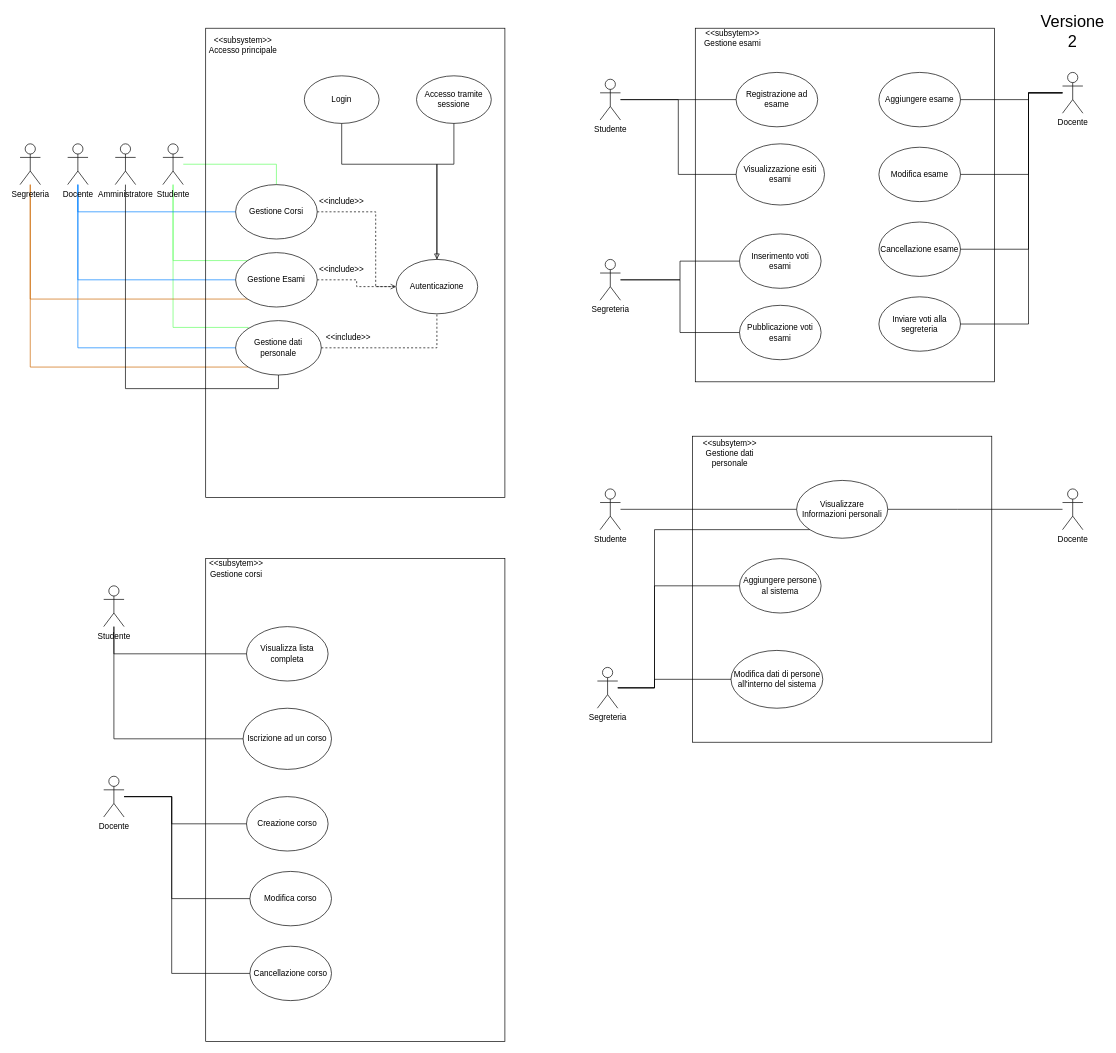
The draw.io diagram Modelli/Casi d'uso/Modello dei casi d'uso (v2).drawio in brullomattia/Documentazione, before the edit. Source tidied: cells renumbered, new cells numbered last; positions are measured from the earlier drawing's top-left corner, leaving out a move shared by most shapes. Both pictures are drawn from the tidied source at 68%, with x=0, y=0 at pixel (20, 21).
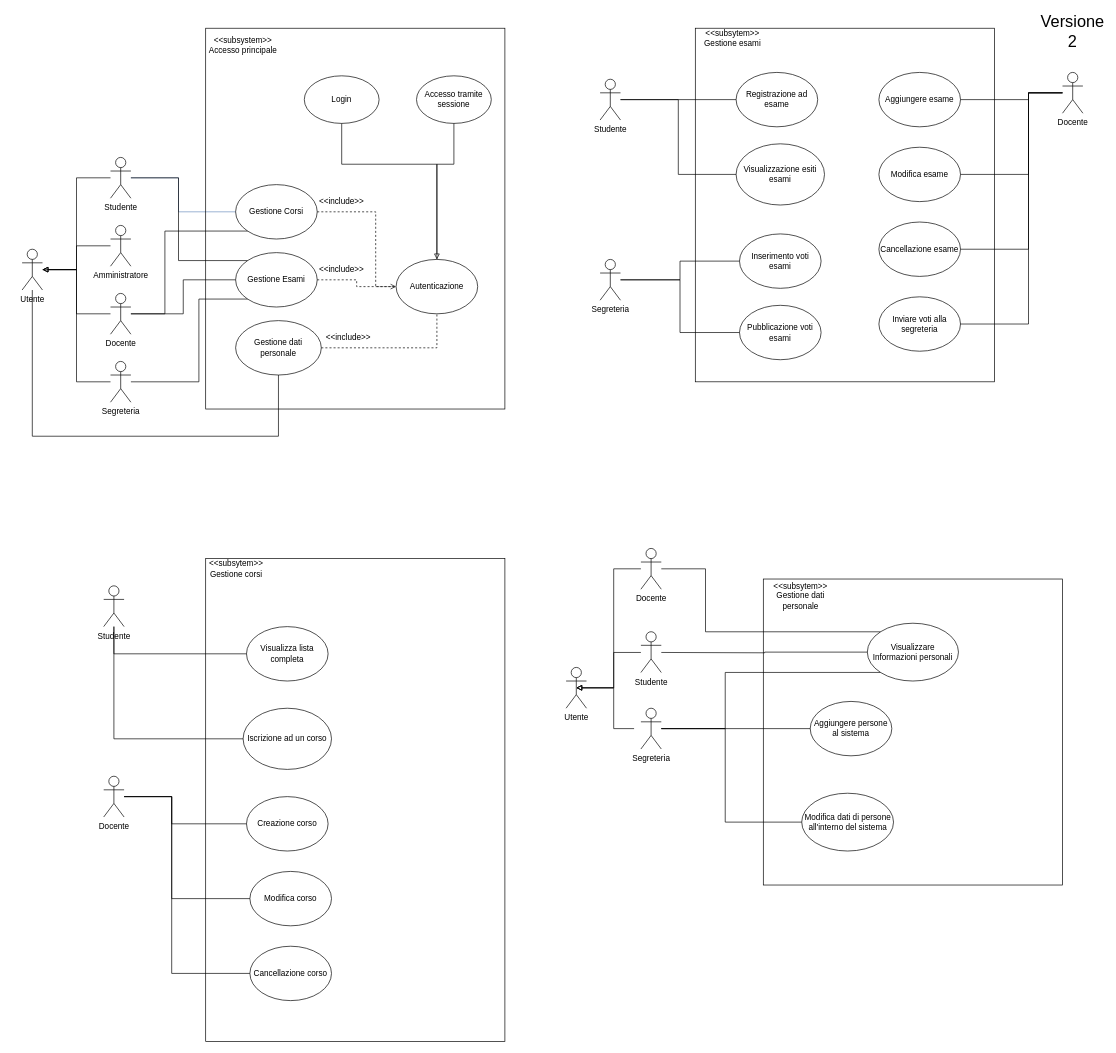
After the change.

Unchanged cells that the change refers to:
```xml
<mxCell id="20" value="Gestione Corsi" style="ellipse;whiteSpace=wrap;html=1;fillColor=none;" parent="1" vertex="1">
  <mxGeometry x="317" y="240" width="120" height="80" as="geometry" />
</mxCell>
<mxCell id="23" value="Gestione dati personale" style="ellipse;whiteSpace=wrap;html=1;fillColor=none;" parent="1" vertex="1">
  <mxGeometry x="317" y="440" width="126" height="80" as="geometry" />
</mxCell>
<mxCell id="26" value="Gestione Esami" style="ellipse;whiteSpace=wrap;html=1;fillColor=none;" parent="1" vertex="1">
  <mxGeometry x="317" y="340" width="120" height="80" as="geometry" />
</mxCell>
```

The edit, as a diff of the source:
```diff
@@
-    <mxCell id="2" style="edgeStyle=orthogonalEdgeStyle;rounded=0;jettySize=auto;html=1;entryX=0.5;entryY=0;entryDx=0;entryDy=0;startArrow=none;startFill=0;endArrow=none;endFill=0;strokeColor=#66FF66;" parent="1" edge="1" source="5" target="20">
+    <mxCell id="2" style="edgeStyle=orthogonalEdgeStyle;rounded=0;jettySize=auto;html=1;entryX=0;entryY=0.5;entryDx=0;entryDy=0;startArrow=none;startFill=0;endArrow=none;endFill=0;fillColor=#dae8fc;strokeColor=#6c8ebf;" parent="1" edge="1" source="5" target="20">
       <mxGeometry relative="1" as="geometry">
         <Array as="points">
-          <mxPoint x="377" y="210" />
+          <mxPoint x="233" y="230" />
+          <mxPoint x="233" y="280" />
         </Array>
       </mxGeometry>
     </mxCell>
-    <mxCell id="3" style="edgeStyle=orthogonalEdgeStyle;rounded=0;jettySize=auto;html=1;entryX=0;entryY=0;entryDx=0;entryDy=0;startArrow=none;startFill=0;endArrow=none;endFill=0;strokeColor=#66FF66;" parent="1" edge="1" source="5" target="23">
-      <mxGeometry relative="1" as="geometry">
-        <Array as="points">
-          <mxPoint x="225" y="450" />
-          <mxPoint x="336" y="450" />
-        </Array>
-      </mxGeometry>
-    </mxCell>
-    <mxCell id="4" style="edgeStyle=orthogonalEdgeStyle;rounded=0;jettySize=auto;html=1;entryX=0;entryY=0;entryDx=0;entryDy=0;startArrow=none;startFill=0;endArrow=none;endFill=0;strokeColor=#66FF66;" parent="1" edge="1" source="5" target="26">
+    <mxCell id="4" style="edgeStyle=orthogonalEdgeStyle;rounded=0;jettySize=auto;html=1;entryX=0;entryY=0;entryDx=0;entryDy=0;startArrow=none;startFill=0;endArrow=none;endFill=0;" parent="1" edge="1" source="5" target="26">
       <mxGeometry relative="1" as="geometry">
         <Array as="points">
-          <mxPoint x="225" y="352" />
+          <mxPoint x="233" y="230" />
+          <mxPoint x="233" y="352" />
         </Array>
       </mxGeometry>
     </mxCell>
     <mxCell id="5" value="Studente" style="shape=umlActor;verticalLabelPosition=bottom;verticalAlign=top;html=1;outlineConnect=0;fillColor=default;" parent="1" vertex="1">
-      <mxGeometry x="210" y="180" width="30" height="60" as="geometry" />
+      <mxGeometry x="133" y="200" width="30" height="60" as="geometry" />
     </mxCell>
+    <mxCell id="80" style="edgeStyle=orthogonalEdgeStyle;rounded=0;jettySize=auto;html=1;startArrow=none;startFill=0;endArrow=block;endFill=0;" parent="1" edge="1" source="9">
+      <mxGeometry relative="1" as="geometry">
+        <mxPoint x="33" y="365" as="targetPoint" />
+        <Array as="points">
+          <mxPoint x="83" y="430" />
+          <mxPoint x="83" y="365" />
+        </Array>
+      </mxGeometry>
+    </mxCell>
-    <mxCell id="6" style="edgeStyle=orthogonalEdgeStyle;rounded=0;jettySize=auto;html=1;entryX=0;entryY=0.5;entryDx=0;entryDy=0;startArrow=none;startFill=0;endArrow=none;endFill=0;strokeColor=#007FFF;" parent="1" edge="1" source="9" target="20">
+    <mxCell id="6" style="edgeStyle=orthogonalEdgeStyle;rounded=0;jettySize=auto;html=1;entryX=0;entryY=1;entryDx=0;entryDy=0;startArrow=none;startFill=0;endArrow=none;endFill=0;" parent="1" edge="1" source="9" target="20">
       <mxGeometry relative="1" as="geometry">
         <Array as="points">
-          <mxPoint x="85" y="280" />
+          <mxPoint x="213" y="430" />
+          <mxPoint x="213" y="308" />
         </Array>
       </mxGeometry>
     </mxCell>
-    <mxCell id="7" style="edgeStyle=orthogonalEdgeStyle;rounded=0;jettySize=auto;html=1;entryX=0;entryY=0.5;entryDx=0;entryDy=0;startArrow=none;startFill=0;endArrow=none;endFill=0;strokeColor=#007FFF;" parent="1" edge="1" source="9" target="26">
-      <mxGeometry relative="1" as="geometry">
-        <Array as="points">
-          <mxPoint x="85" y="380" />
-        </Array>
-      </mxGeometry>
+    <mxCell id="7" style="edgeStyle=orthogonalEdgeStyle;rounded=0;jettySize=auto;html=1;entryX=0;entryY=0.5;entryDx=0;entryDy=0;startArrow=none;startFill=0;endArrow=none;endFill=0;" parent="1" edge="1" source="9" target="26">
+      <mxGeometry relative="1" as="geometry" />
     </mxCell>
-    <mxCell id="8" style="edgeStyle=orthogonalEdgeStyle;rounded=0;jettySize=auto;html=1;entryX=0;entryY=0.5;entryDx=0;entryDy=0;startArrow=none;startFill=0;endArrow=none;endFill=0;strokeColor=#007FFF;" parent="1" edge="1" source="9" target="23">
-      <mxGeometry relative="1" as="geometry">
-        <Array as="points">
-          <mxPoint x="85" y="480" />
-        </Array>
-      </mxGeometry>
-    </mxCell>
     <mxCell id="9" value="Docente" style="shape=umlActor;verticalLabelPosition=bottom;verticalAlign=top;html=1;outlineConnect=0;fillColor=default;" parent="1" vertex="1">
-      <mxGeometry x="70" y="180" width="30" height="60" as="geometry" />
+      <mxGeometry x="133" y="400" width="30" height="60" as="geometry" />
     </mxCell>
-    <mxCell id="10" style="edgeStyle=orthogonalEdgeStyle;rounded=0;jettySize=auto;html=1;entryX=0;entryY=1;entryDx=0;entryDy=0;startArrow=none;startFill=0;endArrow=none;endFill=0;strokeColor=#CC6600;" parent="1" edge="1" source="12" target="23">
-      <mxGeometry relative="1" as="geometry">
-        <Array as="points">
-          <mxPoint x="15" y="508" />
-        </Array>
-      </mxGeometry>
-    </mxCell>
+    <mxCell id="81" style="edgeStyle=orthogonalEdgeStyle;rounded=0;jettySize=auto;html=1;startArrow=none;startFill=0;endArrow=block;endFill=0;" parent="1" edge="1" source="12">
+      <mxGeometry relative="1" as="geometry">
+        <mxPoint x="33" y="365" as="targetPoint" />
+        <Array as="points">
+          <mxPoint x="83" y="530" />
+          <mxPoint x="83" y="365" />
+        </Array>
+      </mxGeometry>
+    </mxCell>
-    <mxCell id="11" style="edgeStyle=orthogonalEdgeStyle;rounded=0;jettySize=auto;html=1;entryX=0;entryY=1;entryDx=0;entryDy=0;startArrow=none;startFill=0;endArrow=none;endFill=0;strokeColor=#CC6600;" parent="1" edge="1" source="12" target="26">
+    <mxCell id="11" style="edgeStyle=orthogonalEdgeStyle;rounded=0;jettySize=auto;html=1;entryX=0;entryY=1;entryDx=0;entryDy=0;startArrow=none;startFill=0;endArrow=none;endFill=0;" parent="1" edge="1" source="12" target="26">
       <mxGeometry relative="1" as="geometry">
         <Array as="points">
-          <mxPoint x="15" y="408" />
+          <mxPoint x="263" y="530" />
+          <mxPoint x="263" y="408" />
         </Array>
       </mxGeometry>
     </mxCell>
     <mxCell id="12" value="Segreteria" style="shape=umlActor;verticalLabelPosition=bottom;verticalAlign=top;html=1;outlineConnect=0;fillColor=default;" parent="1" vertex="1">
-      <mxGeometry y="180" width="30" height="60" as="geometry" />
+      <mxGeometry x="133" y="500" width="30" height="60" as="geometry" />
     </mxCell>
-    <mxCell id="13" style="edgeStyle=orthogonalEdgeStyle;rounded=0;jettySize=auto;html=1;entryX=0.5;entryY=1;entryDx=0;entryDy=0;startArrow=none;startFill=0;endArrow=none;endFill=0;strokeColor=#000000;" parent="1" edge="1" source="14" target="23">
-      <mxGeometry relative="1" as="geometry">
-        <Array as="points">
-          <mxPoint x="155" y="540" />
-          <mxPoint x="380" y="540" />
-        </Array>
-      </mxGeometry>
-    </mxCell>
-    <mxCell id="14" value="Amministratore" style="shape=umlActor;verticalLabelPosition=bottom;verticalAlign=top;html=1;outlineConnect=0;fillColor=default;" parent="1" vertex="1">
-      <mxGeometry x="140" y="180" width="30" height="60" as="geometry" />
-    </mxCell>
     <mxCell id="15" style="rounded=0;whiteSpace=wrap;html=1;fillColor=none;" parent="1" vertex="1">
-      <mxGeometry x="273" y="10" width="440" height="690" as="geometry" />
+      <mxGeometry x="273" y="10" width="440" height="560" as="geometry" />
     </mxCell>
@@
     <mxCell id="66" style="rounded=0;whiteSpace=wrap;html=1;fillColor=none;" parent="1" vertex="1">
-      <mxGeometry x="989" y="610" width="440" height="450" as="geometry" />
+      <mxGeometry x="1093" y="820" width="440" height="450" as="geometry" />
     </mxCell>
     <mxCell id="67" value="&amp;lt;&amp;lt;subsytem&amp;gt;&amp;gt;&lt;br&gt;Gestione dati personale" style="text;html=1;strokeColor=none;fillColor=none;align=center;verticalAlign=middle;whiteSpace=wrap;rounded=0;" parent="1" vertex="1">
-      <mxGeometry x="999" y="610" width="90" height="50" as="geometry" />
+      <mxGeometry x="1103" y="820" width="90" height="50" as="geometry" />
     </mxCell>
     <mxCell id="68" value="Visualizzare Informazioni personali" style="ellipse;whiteSpace=wrap;html=1;fillColor=none;" parent="1" vertex="1">
-      <mxGeometry x="1142" y="675" width="134" height="85" as="geometry" />
+      <mxGeometry x="1246" y="885" width="134" height="85" as="geometry" />
     </mxCell>
     <mxCell id="69" value="Aggiungere persone al sistema" style="ellipse;whiteSpace=wrap;html=1;fillColor=none;" parent="1" vertex="1">
-      <mxGeometry x="1058" y="790" width="120" height="80" as="geometry" />
+      <mxGeometry x="1162" y="1000" width="120" height="80" as="geometry" />
     </mxCell>
     <mxCell id="70" value="Modifica dati di persone all'interno del sistema" style="ellipse;whiteSpace=wrap;html=1;fillColor=none;" parent="1" vertex="1">
-      <mxGeometry x="1045.5" y="925" width="135" height="85" as="geometry" />
+      <mxGeometry x="1149.5" y="1135" width="135" height="85" as="geometry" />
     </mxCell>
-    <mxCell id="71" style="edgeStyle=orthogonalEdgeStyle;rounded=0;jettySize=auto;html=1;entryX=0;entryY=0.5;entryDx=0;entryDy=0;startArrow=none;startFill=0;endArrow=none;endFill=0;strokeColor=#000000;" parent="1" edge="1" source="72" target="68">
-      <mxGeometry relative="1" as="geometry" />
+    <mxCell id="71" style="edgeStyle=orthogonalEdgeStyle;rounded=0;jettySize=auto;html=1;entryX=0;entryY=0.5;entryDx=0;entryDy=0;startArrow=none;startFill=0;endArrow=none;endFill=0;strokeColor=#000000;" parent="1" edge="1" target="68">
+      <mxGeometry relative="1" as="geometry">
+        <mxPoint x="943" y="928" as="sourcePoint" />
+      </mxGeometry>
     </mxCell>
     <mxCell id="72" value="Studente" style="shape=umlActor;verticalLabelPosition=bottom;verticalAlign=top;html=1;outlineConnect=0;fillColor=default;" parent="1" vertex="1">
-      <mxGeometry x="853" y="687.5" width="30" height="60" as="geometry" />
+      <mxGeometry x="913" y="897.5" width="30" height="60" as="geometry" />
     </mxCell>
     <mxCell id="73" style="edgeStyle=orthogonalEdgeStyle;rounded=0;jettySize=auto;html=1;entryX=0;entryY=0.5;entryDx=0;entryDy=0;startArrow=none;startFill=0;endArrow=none;endFill=0;strokeColor=#000000;" parent="1" edge="1" source="76" target="69">
       <mxGeometry relative="1" as="geometry">
         <Array as="points">
-          <mxPoint x="933" y="980" />
-          <mxPoint x="933" y="830" />
+          <mxPoint x="993" y="1040" />
+          <mxPoint x="993" y="1040" />
         </Array>
       </mxGeometry>
     </mxCell>
     <mxCell id="74" style="edgeStyle=orthogonalEdgeStyle;rounded=0;jettySize=auto;html=1;entryX=0;entryY=0.5;entryDx=0;entryDy=0;startArrow=none;startFill=0;endArrow=none;endFill=0;strokeColor=#000000;" parent="1" edge="1" source="76" target="70">
       <mxGeometry relative="1" as="geometry">
         <Array as="points">
-          <mxPoint x="933" y="980" />
-          <mxPoint x="933" y="968" />
+          <mxPoint x="1037" y="1040" />
+          <mxPoint x="1037" y="1178" />
         </Array>
       </mxGeometry>
     </mxCell>
-    <mxCell id="75" style="edgeStyle=orthogonalEdgeStyle;rounded=0;jettySize=auto;html=1;entryX=0;entryY=1;entryDx=0;entryDy=0;endArrow=none;endFill=0;" parent="1" edge="1" source="76" target="68">
+    <mxCell id="75" style="edgeStyle=orthogonalEdgeStyle;rounded=0;jettySize=auto;html=1;entryX=0;entryY=1;entryDx=0;entryDy=0;endArrow=none;endFill=0;" parent="1" edge="1" target="68">
       <mxGeometry relative="1" as="geometry">
+        <mxPoint x="943" y="1040" as="sourcePoint" />
         <Array as="points">
-          <mxPoint x="933" y="980" />
-          <mxPoint x="933" y="747" />
+          <mxPoint x="943" y="1040" />
+          <mxPoint x="1037" y="1040" />
+          <mxPoint x="1037" y="957" />
         </Array>
       </mxGeometry>
     </mxCell>
+    <mxCell id="82" style="edgeStyle=orthogonalEdgeStyle;rounded=0;jettySize=auto;html=1;entryX=0.5;entryY=0.5;entryDx=0;entryDy=0;entryPerimeter=0;startArrow=none;startFill=0;endArrow=block;endFill=0;" parent="1" edge="1" target="89">
+      <mxGeometry relative="1" as="geometry">
+        <mxPoint x="903" y="1040" as="sourcePoint" />
+        <Array as="points">
+          <mxPoint x="903" y="1040" />
+          <mxPoint x="873" y="1040" />
+          <mxPoint x="873" y="980" />
+        </Array>
+      </mxGeometry>
+    </mxCell>
     <mxCell id="76" value="Segreteria" style="shape=umlActor;verticalLabelPosition=bottom;verticalAlign=top;html=1;outlineConnect=0;fillColor=default;" parent="1" vertex="1">
-      <mxGeometry x="849" y="950" width="30" height="60" as="geometry" />
+      <mxGeometry x="913" y="1010" width="30" height="60" as="geometry" />
     </mxCell>
-    <mxCell id="77" style="edgeStyle=orthogonalEdgeStyle;rounded=0;jettySize=auto;html=1;entryX=1;entryY=0.5;entryDx=0;entryDy=0;startArrow=none;startFill=0;endArrow=none;endFill=0;strokeColor=#000000;" parent="1" edge="1" source="78" target="68">
+    <mxCell id="77" style="edgeStyle=orthogonalEdgeStyle;rounded=0;jettySize=auto;html=1;entryX=0;entryY=0;entryDx=0;entryDy=0;endArrow=none;endFill=0;" parent="1" edge="1" source="78" target="68">
       <mxGeometry relative="1" as="geometry">
         <Array as="points">
-          <mxPoint x="1379" y="718" />
+          <mxPoint x="1008" y="898" />
         </Array>
       </mxGeometry>
     </mxCell>
     <mxCell id="78" value="Docente" style="shape=umlActor;verticalLabelPosition=bottom;verticalAlign=top;html=1;outlineConnect=0;fillColor=default;" parent="1" vertex="1">
-      <mxGeometry x="1533" y="687.5" width="30" height="60" as="geometry" />
+      <mxGeometry x="913" y="775" width="30" height="60" as="geometry" />
     </mxCell>
@@
+    <mxCell id="83" style="edgeStyle=orthogonalEdgeStyle;rounded=0;jettySize=auto;html=1;endArrow=none;endFill=0;startArrow=block;startFill=0;" parent="1" edge="1" source="86">
+      <mxGeometry relative="1" as="geometry">
+        <mxPoint x="133" y="330" as="targetPoint" />
+        <Array as="points">
+          <mxPoint x="83" y="365" />
+          <mxPoint x="83" y="330" />
+        </Array>
+      </mxGeometry>
+    </mxCell>
+    <mxCell id="84" style="edgeStyle=orthogonalEdgeStyle;rounded=0;orthogonalLoop=1;jettySize=auto;html=1;endArrow=none;endFill=0;" parent="1" edge="1">
+      <mxGeometry relative="1" as="geometry">
+        <mxPoint x="33" y="365" as="sourcePoint" />
+        <mxPoint x="133" y="230" as="targetPoint" />
+        <Array as="points">
+          <mxPoint x="83" y="365" />
+          <mxPoint x="83" y="230" />
+        </Array>
+      </mxGeometry>
+    </mxCell>
+    <mxCell id="85" style="edgeStyle=orthogonalEdgeStyle;rounded=0;jettySize=auto;html=1;entryX=0.5;entryY=1;entryDx=0;entryDy=0;startArrow=none;startFill=0;endArrow=none;endFill=0;" parent="1" edge="1" source="86" target="23">
+      <mxGeometry relative="1" as="geometry">
+        <Array as="points">
+          <mxPoint x="18" y="610" />
+          <mxPoint x="380" y="610" />
+        </Array>
+      </mxGeometry>
+    </mxCell>
+    <mxCell id="86" value="Utente" style="shape=umlActor;verticalLabelPosition=bottom;verticalAlign=top;html=1;outlineConnect=0;fillColor=default;" parent="1" vertex="1">
+      <mxGeometry x="3" y="335" width="30" height="60" as="geometry" />
+    </mxCell>
+    <mxCell id="87" style="edgeStyle=orthogonalEdgeStyle;rounded=0;jettySize=auto;html=1;endArrow=none;endFill=0;startArrow=block;startFill=0;exitX=0.5;exitY=0.5;exitDx=0;exitDy=0;exitPerimeter=0;" parent="1" edge="1" source="89">
+      <mxGeometry relative="1" as="geometry">
+        <mxPoint x="913" y="928" as="targetPoint" />
+        <Array as="points">
+          <mxPoint x="873" y="980" />
+          <mxPoint x="873" y="928" />
+        </Array>
+      </mxGeometry>
+    </mxCell>
+    <mxCell id="88" style="edgeStyle=orthogonalEdgeStyle;rounded=0;jettySize=auto;html=1;endArrow=none;endFill=0;startArrow=block;startFill=0;exitX=0.5;exitY=0.5;exitDx=0;exitDy=0;exitPerimeter=0;" parent="1" edge="1" source="89">
+      <mxGeometry relative="1" as="geometry">
+        <mxPoint x="913" y="805" as="targetPoint" />
+        <Array as="points">
+          <mxPoint x="873" y="980" />
+          <mxPoint x="873" y="805" />
+        </Array>
+      </mxGeometry>
+    </mxCell>
+    <mxCell id="89" value="Utente" style="shape=umlActor;verticalLabelPosition=bottom;verticalAlign=top;html=1;outlineConnect=0;fillColor=default;" parent="1" vertex="1">
+      <mxGeometry x="803" y="950" width="30" height="60" as="geometry" />
+    </mxCell>
+    <mxCell id="14" value="Amministratore" style="shape=umlActor;verticalLabelPosition=bottom;verticalAlign=top;html=1;outlineConnect=0;fillColor=default;" parent="1" vertex="1">
+      <mxGeometry x="133" y="300" width="30" height="60" as="geometry" />
+    </mxCell>
```
